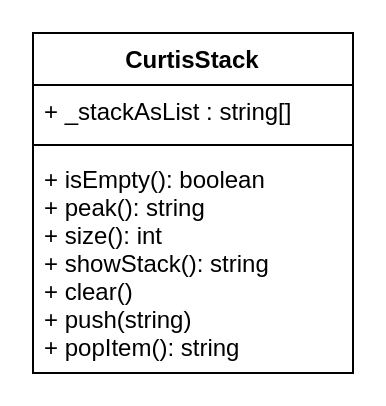
This is designs/CurtisStack.drawio from Curtis-Edwards/ICS4U-Unit-2-04-Typescript, a draw.io file, before an edit. Source tidied: cells renumbered, new cells numbered last; positions are measured from the earlier drawing's top-left corner, leaving out a move shared by most shapes. Both pictures are drawn from the tidied source at 200%, with x=0, y=0 at pixel (32, 32).
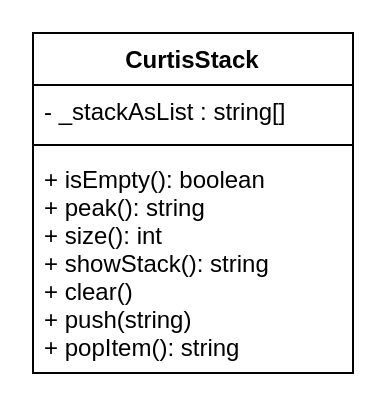
The same diagram, later.

What changed in the source:
```diff
@@
 <mxGraphModel>
   <root>
     <mxCell id="0" />
     <mxCell id="1" parent="0" />
     <mxCell id="2" value="CurtisStack" style="swimlane;fontStyle=1;align=center;verticalAlign=top;horizontal=1;startSize=26;" parent="1" vertex="1">
       <mxGeometry width="160" height="170" as="geometry" />
     </mxCell>
-    <mxCell id="3" value="+ _stackAsList : string[]" style="text;strokeColor=none;fillColor=none;align=left;verticalAlign=top;spacingLeft=4;spacingRight=4;overflow=hidden;" parent="2" vertex="1">
+    <mxCell id="3" value="- _stackAsList : string[]" style="text;strokeColor=none;fillColor=none;align=left;verticalAlign=top;spacingLeft=4;spacingRight=4;overflow=hidden;" parent="2" vertex="1">
       <mxGeometry y="26" width="160" height="26" as="geometry" />
     </mxCell>
     <mxCell id="4" style="line;strokeWidth=1;fillColor=none;align=left;verticalAlign=middle;spacingTop=-1;spacingLeft=3;spacingRight=3;labelPosition=right;strokeColor=inherit;" parent="2" vertex="1">
       <mxGeometry y="52" width="160" height="8" as="geometry" />
     </mxCell>
     <mxCell id="5" value="+ isEmpty(): boolean&#10;+ peak(): string&#10;+ size(): int&#10;+ showStack(): string&#10;+ clear()&#10;+ push(string)&#10;+ popItem(): string" style="text;strokeColor=none;fillColor=none;align=left;verticalAlign=top;spacingLeft=4;spacingRight=4;overflow=hidden;" parent="2" vertex="1">
       <mxGeometry y="60" width="160" height="110" as="geometry" />
     </mxCell>
   </root>
 </mxGraphModel>
```
